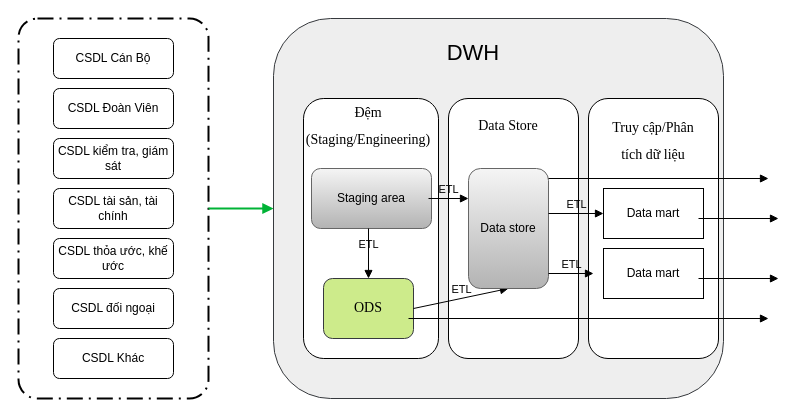
Above: page "Page-2" (2 of 2) of Untitled Diagram.drawio in letheanh12345/Draw-io (draw.io), before the change. Source tidied: cells renumbered, new cells numbered last; positions are measured from the earlier drawing's top-left corner, leaving out a move shared by most shapes. Both pictures are drawn from the tidied source at 100%, with x=0, y=0 at pixel (18, 18).
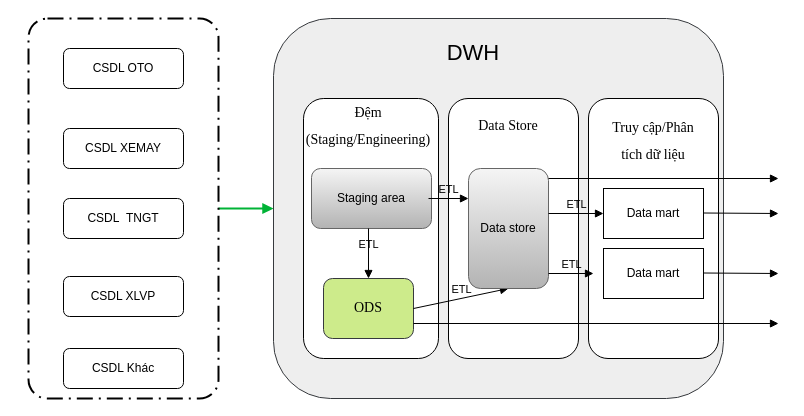
The same diagram, later.

Unchanged cells that the change refers to:
```xml
<mxCell id="15" value="ODS" style="rounded=1;whiteSpace=wrap;html=1;fontFamily=Times New Roman;fontSize=14;fillColor=#cdeb8b;strokeColor=#36393d;" parent="1" vertex="1">
  <mxGeometry x="305" y="260" width="90" height="60" as="geometry" />
</mxCell>
```

Change to the diagram source:
```diff
@@
-    <mxCell id="2" value="CSDL Cán Bộ" style="rounded=1;whiteSpace=wrap;html=1;" parent="1" vertex="1">
-      <mxGeometry x="35" y="20" width="120" height="40" as="geometry" />
-    </mxCell>
-    <mxCell id="3" value="CSDL Đoàn Viên" style="rounded=1;whiteSpace=wrap;html=1;" parent="1" vertex="1">
-      <mxGeometry x="35" y="70" width="120" height="40" as="geometry" />
-    </mxCell>
-    <mxCell id="4" value="CSDL kiểm tra, giám sát" style="rounded=1;whiteSpace=wrap;html=1;" parent="1" vertex="1">
-      <mxGeometry x="35" y="120" width="120" height="40" as="geometry" />
-    </mxCell>
-    <mxCell id="5" value="CSDL tài sản, tài chính" style="rounded=1;whiteSpace=wrap;html=1;" parent="1" vertex="1">
-      <mxGeometry x="35" y="170" width="120" height="40" as="geometry" />
-    </mxCell>
-    <mxCell id="6" value="CSDL thỏa ước, khế ước" style="rounded=1;whiteSpace=wrap;html=1;" parent="1" vertex="1">
-      <mxGeometry x="35" y="220" width="120" height="40" as="geometry" />
-    </mxCell>
-    <mxCell id="7" value="CSDL đối ngoại" style="rounded=1;whiteSpace=wrap;html=1;" parent="1" vertex="1">
-      <mxGeometry x="35" y="270" width="120" height="40" as="geometry" />
-    </mxCell>
-    <mxCell id="8" value="CSDL Khác" style="rounded=1;whiteSpace=wrap;html=1;" parent="1" vertex="1">
-      <mxGeometry x="35" y="320" width="120" height="40" as="geometry" />
-    </mxCell>
-    <mxCell id="9" style="points=[[0.25,0,0],[0.5,0,0],[0.75,0,0],[1,0.25,0],[1,0.5,0],[1,0.75,0],[0.75,1,0],[0.5,1,0],[0.25,1,0],[0,0.75,0],[0,0.5,0],[0,0.25,0]];rounded=1;arcSize=10;dashed=1;strokeColor=#000000;fillColor=none;gradientColor=none;dashPattern=8 3 1 3;strokeWidth=2;" parent="1" vertex="1">
-      <mxGeometry width="190" height="380" as="geometry" />
-    </mxCell>
-    <mxCell id="10" style="edgeStyle=none;rounded=0;html=1;jettySize=auto;strokeColor=#00B336;strokeWidth=2;fontColor=#000000;jumpStyle=none;endArrow=block;endFill=1;startArrow=none;" parent="1" edge="1" source="9">
+    <mxCell id="10" style="edgeStyle=none;rounded=0;html=1;jettySize=auto;orthogonalLoop=1;strokeColor=#00B336;strokeWidth=2;fontColor=#000000;jumpStyle=none;endArrow=block;endFill=1;startArrow=none;" parent="1" edge="1">
       <mxGeometry relative="1" as="geometry">
+        <mxPoint x="200" y="190" as="sourcePoint" />
         <mxPoint x="255" y="190" as="targetPoint" />
       </mxGeometry>
     </mxCell>
@@
-    <mxCell id="29" style="html=1;verticalAlign=bottom;labelBackgroundColor=none;endArrow=block;endFill=1;rounded=0;" parent="1" edge="1">
+    <mxCell id="29" style="html=1;verticalAlign=bottom;labelBackgroundColor=none;endArrow=block;endFill=1;rounded=0;exitX=1;exitY=0.75;exitDx=0;exitDy=0;" parent="1" edge="1" source="15">
       <mxGeometry relative="1" as="geometry">
-        <mxPoint x="390" y="300" as="sourcePoint" />
-        <mxPoint x="750" y="300" as="targetPoint" />
+        <mxPoint x="760" y="305" as="targetPoint" />
       </mxGeometry>
     </mxCell>
     <mxCell id="30" style="html=1;verticalAlign=bottom;labelBackgroundColor=none;endArrow=block;endFill=1;rounded=0;" parent="1" edge="1">
       <mxGeometry relative="1" as="geometry">
-        <mxPoint x="680" y="200" as="sourcePoint" />
-        <mxPoint x="760" y="200" as="targetPoint" />
+        <mxPoint x="685" y="194.5" as="sourcePoint" />
+        <mxPoint x="760" y="195" as="targetPoint" />
       </mxGeometry>
     </mxCell>
     <mxCell id="31" style="html=1;verticalAlign=bottom;labelBackgroundColor=none;endArrow=block;endFill=1;rounded=0;" parent="1" edge="1">
       <mxGeometry relative="1" as="geometry">
-        <mxPoint x="680" y="260" as="sourcePoint" />
-        <mxPoint x="760" y="260" as="targetPoint" />
+        <mxPoint x="685" y="254.5" as="sourcePoint" />
+        <mxPoint x="760" y="255" as="targetPoint" />
       </mxGeometry>
     </mxCell>
     <mxCell id="32" style="html=1;verticalAlign=bottom;labelBackgroundColor=none;endArrow=block;endFill=1;rounded=0;" parent="1" edge="1">
       <mxGeometry relative="1" as="geometry">
         <mxPoint x="530" y="160" as="sourcePoint" />
-        <mxPoint x="750" y="160" as="targetPoint" />
+        <mxPoint x="760" y="160" as="targetPoint" />
       </mxGeometry>
     </mxCell>
+    <mxCell id="33" value="CSDL OTO" style="rounded=1;whiteSpace=wrap;html=1;" parent="1" vertex="1">
+      <mxGeometry x="45" y="30" width="120" height="40" as="geometry" />
+    </mxCell>
+    <mxCell id="34" value="CSDL XEMAY" style="rounded=1;whiteSpace=wrap;html=1;" parent="1" vertex="1">
+      <mxGeometry x="45" y="110" width="120" height="40" as="geometry" />
+    </mxCell>
+    <mxCell id="35" value="CSDL&amp;nbsp; TNGT" style="rounded=1;whiteSpace=wrap;html=1;" parent="1" vertex="1">
+      <mxGeometry x="45" y="180" width="120" height="40" as="geometry" />
+    </mxCell>
+    <mxCell id="36" value="CSDL XLVP" style="rounded=1;whiteSpace=wrap;html=1;" parent="1" vertex="1">
+      <mxGeometry x="45" y="258" width="120" height="40" as="geometry" />
+    </mxCell>
+    <mxCell id="8" value="CSDL Khác" style="rounded=1;whiteSpace=wrap;html=1;" parent="1" vertex="1">
+      <mxGeometry x="45" y="330" width="120" height="40" as="geometry" />
+    </mxCell>
+    <mxCell id="37" style="rounded=1;arcSize=10;dashed=1;strokeColor=#000000;fillColor=none;gradientColor=none;dashPattern=8 3 1 3;strokeWidth=2;" parent="1" vertex="1">
+      <mxGeometry x="10" width="190" height="380" as="geometry" />
+    </mxCell>
```
